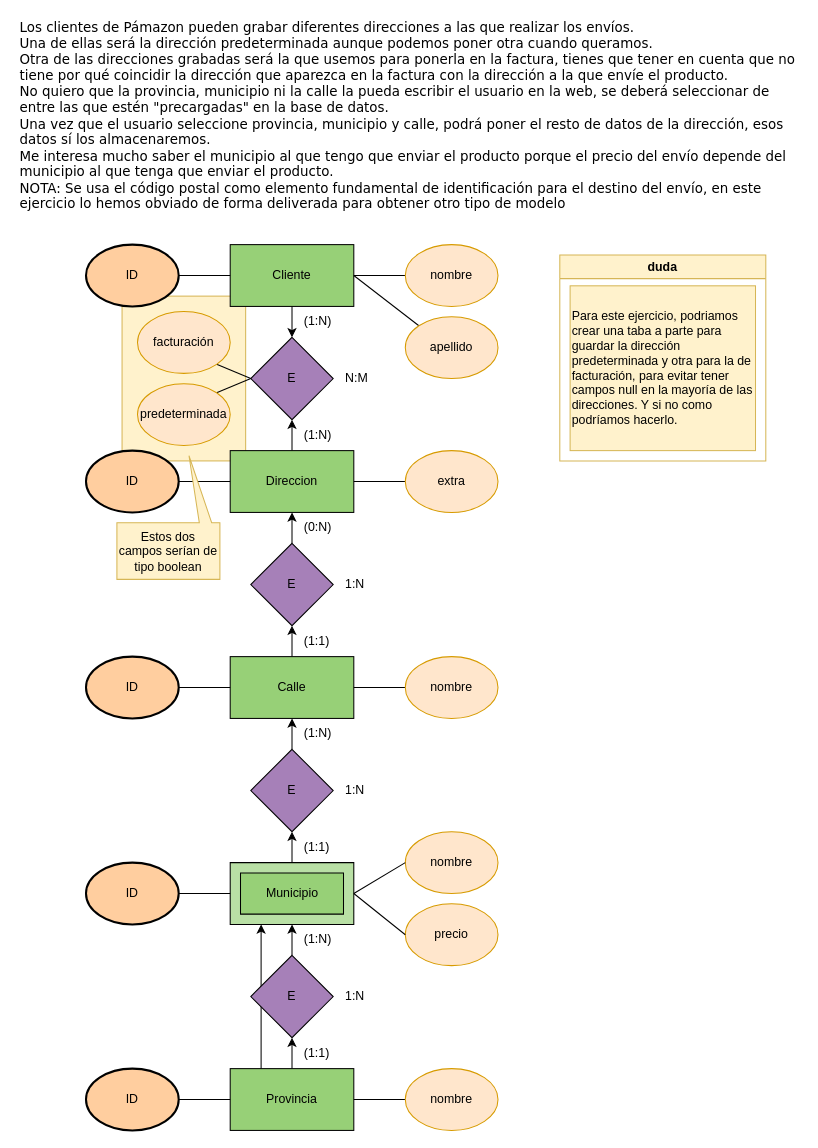
Above: drawio/Ejer8-1.drawio in DiEgOfercri/Modelos-BBDD (draw.io), before the change. Source tidied: cells renumbered, new cells numbered last; positions are measured from the earlier drawing's top-left corner, leaving out a move shared by most shapes. Both pictures are drawn from the tidied source at 103%, with x=0, y=0 at pixel (18, 18).
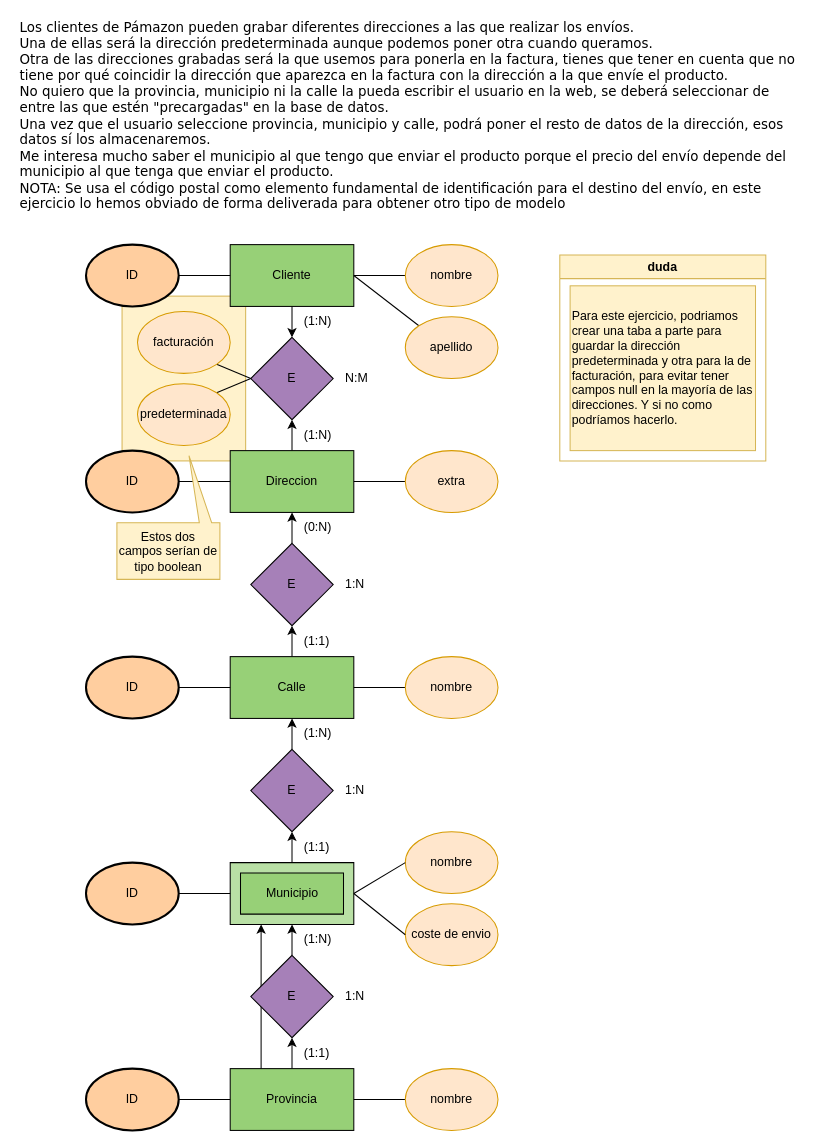
The same diagram, later.

The edit, as a diff of the source:
```diff
@@
-    <mxCell id="62" value="precio" style="ellipse;whiteSpace=wrap;html=1;strokeWidth=1;fillColor=#ffe6cc;strokeColor=#d79b00;" parent="1" vertex="1">
+    <mxCell id="62" value="coste de envio" style="ellipse;whiteSpace=wrap;html=1;strokeWidth=1;fillColor=#ffe6cc;strokeColor=#d79b00;" parent="1" vertex="1">
       <mxGeometry x="376" y="860" width="90" height="60" as="geometry" />
     </mxCell>
```
